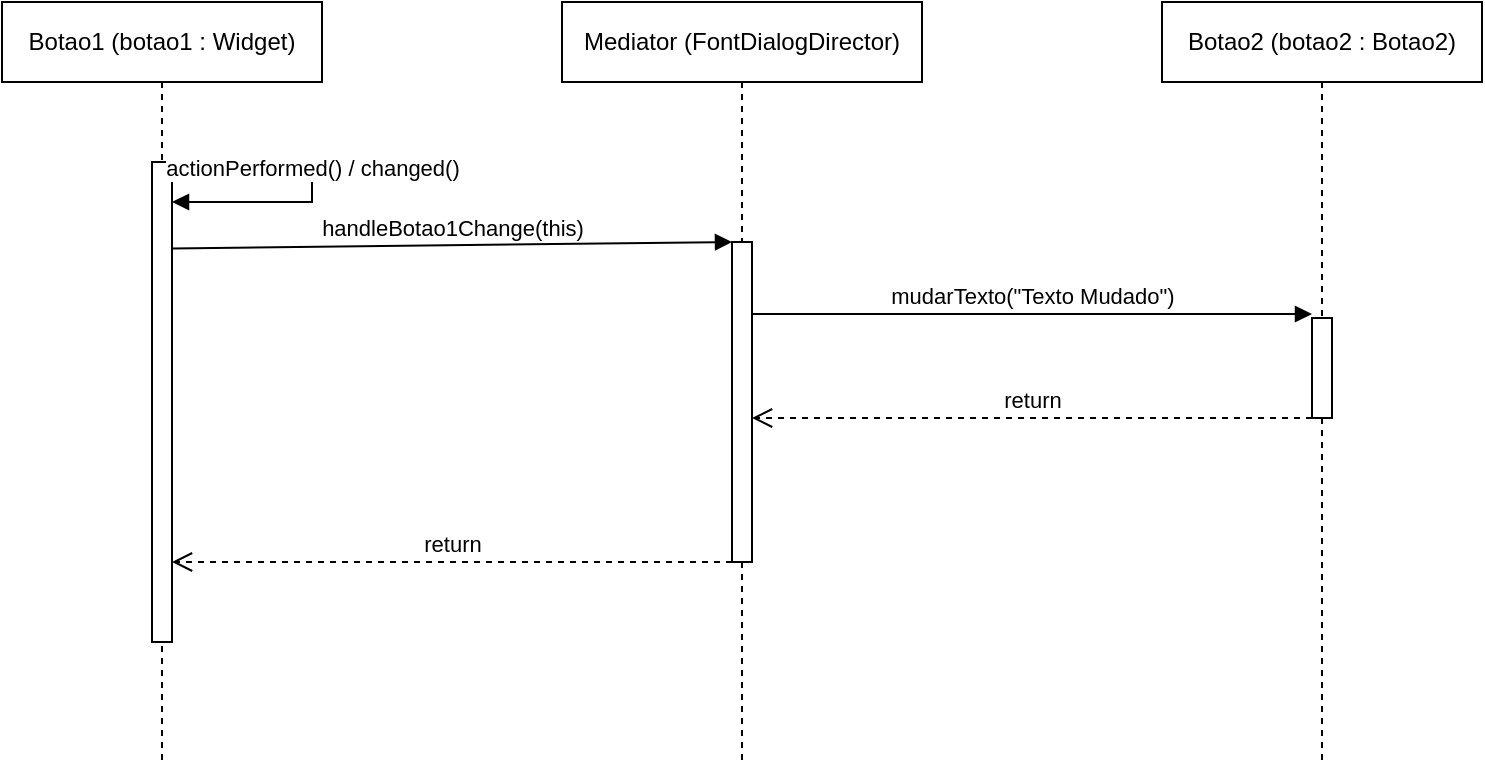
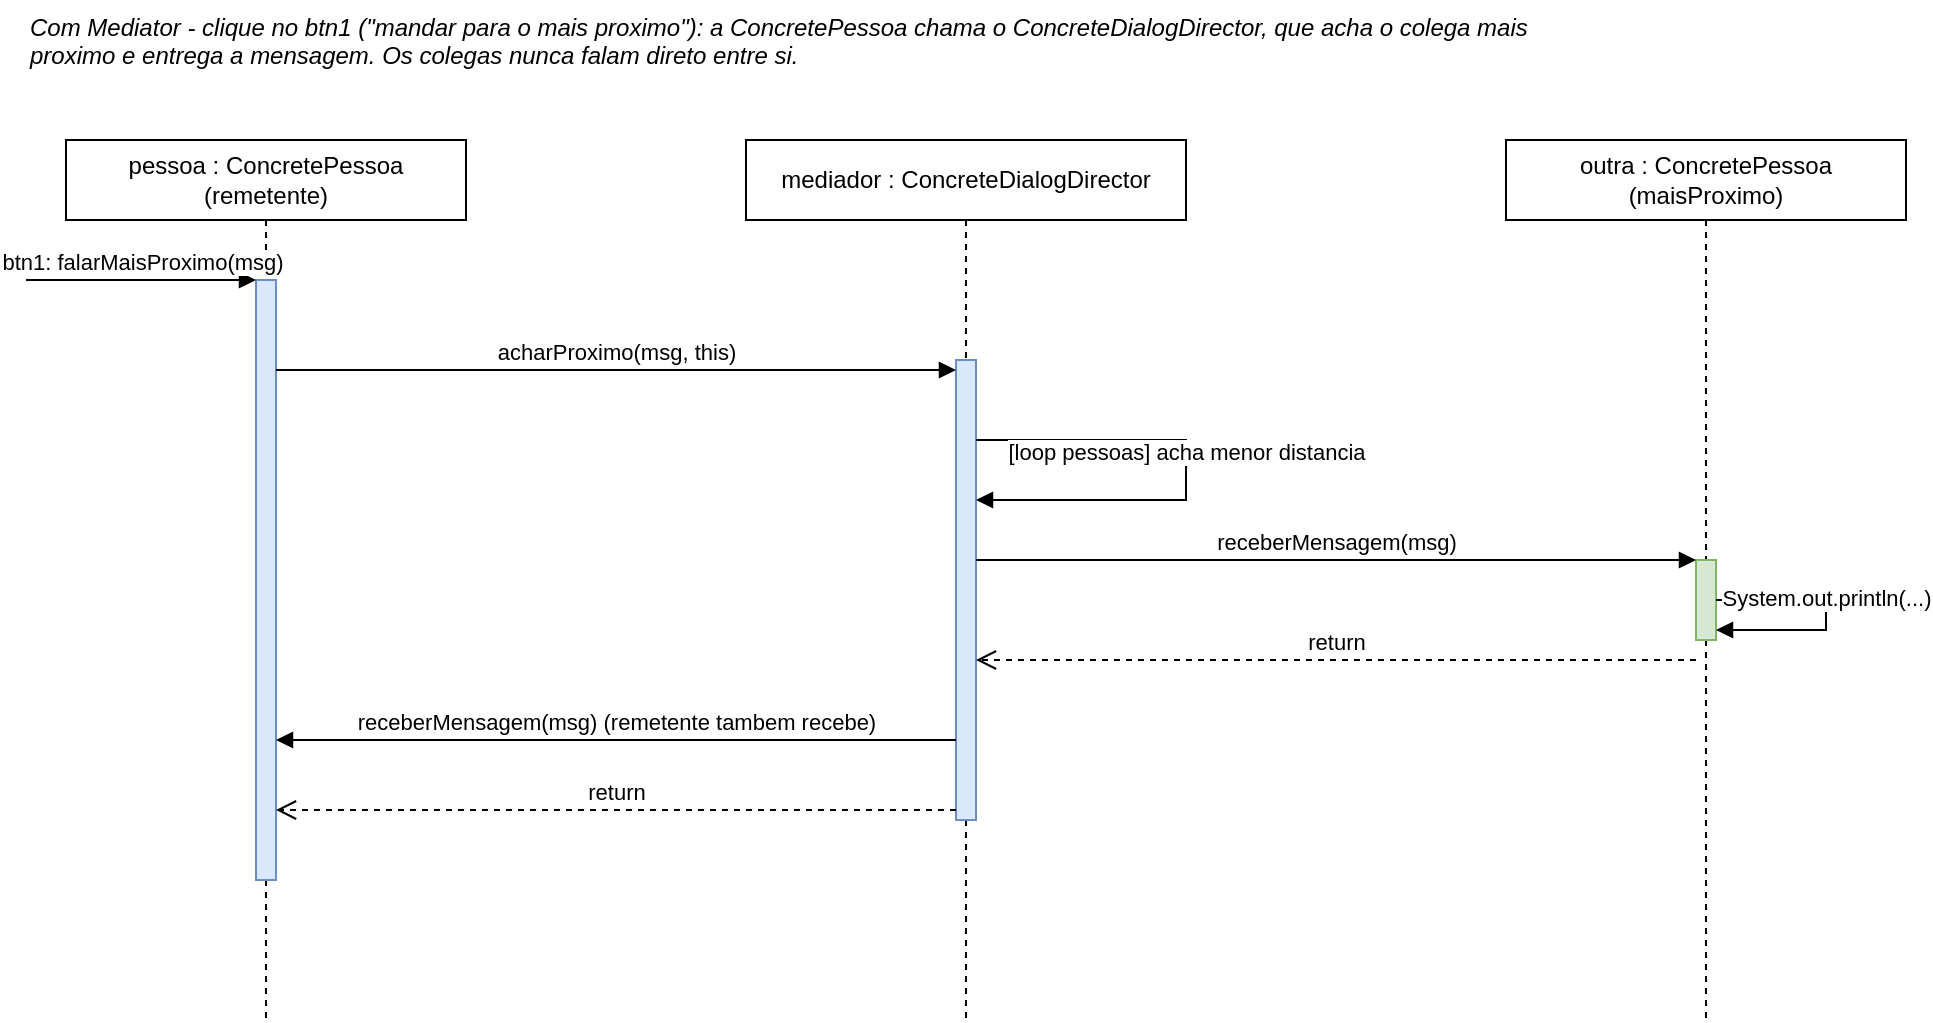
<mxfile host="app.diagrams.net">
-   <diagram name="Sequencia-Mediator" id="lVWO351oqHOsi26u79jJ">
-     <mxGraphModel dx="975" dy="569" grid="1" gridSize="10" guides="1" tooltips="1" connect="1" arrows="1" fold="1" page="1" pageScale="1" pageWidth="827" pageHeight="1169" math="0" shadow="0">
+   <diagram name="Sequencia-Mediator" id="seqDiagMediator01">
+     <mxGraphModel dx="975" dy="569" grid="1" gridSize="10" guides="1" tooltips="1" connect="1" arrows="1" fold="1" page="1" pageScale="1" pageWidth="1169" pageHeight="827" math="0" shadow="0">
      <root>
        <mxCell id="0" />
        <mxCell id="1" parent="0" />
-         <mxCell id="ll-botao" parent="1" style="shape=umlLifeline;perimeter=lifelinePerimeter;whiteSpace=wrap;html=1;container=1;dropTarget=0;collapsible=0;recursiveResize=0;outlineConnect=0;portConstraint=eastwest;newEdgeStyle={&quot;curved&quot;:0,&quot;rounded&quot;:0};" value="Botao1 (botao1 : Widget)" vertex="1">
-           <mxGeometry height="380" width="160" x="80" y="40" as="geometry" />
+         <mxCell id="t-note" parent="1" style="text;html=1;align=left;verticalAlign=top;whiteSpace=wrap;rounded=0;fontStyle=2;fontSize=12;" value="Com Mediator - clique no btn1 (&quot;mandar para o mais proximo&quot;): a ConcretePessoa chama o ConcreteDialogDirector, que acha o colega mais proximo e entrega a mensagem. Os colegas nunca falam direto entre si." vertex="1">
+           <mxGeometry height="50" width="760" x="60" y="20" as="geometry" />
        </mxCell>
-         <mxCell id="act-botao" parent="ll-botao" style="html=1;points=[[0,0,0,0,5],[0,1,0,0,-5],[1,0,0,0,5],[1,1,0,0,-5]];perimeter=orthogonalPerimeter;outlineConnect=0;targetShapes=umlLifeline;portConstraint=eastwest;newEdgeStyle={&quot;curved&quot;:0,&quot;rounded&quot;:0};" value="" vertex="1">
-           <mxGeometry height="240" width="10" x="75" y="80" as="geometry" />
+ 
+         <mxCell id="ll-pessoa" parent="1" style="shape=umlLifeline;perimeter=lifelinePerimeter;whiteSpace=wrap;html=1;container=1;dropTarget=0;collapsible=0;recursiveResize=0;outlineConnect=0;portConstraint=eastwest;newEdgeStyle={&quot;curved&quot;:0,&quot;rounded&quot;:0};" value="pessoa : ConcretePessoa&#xa;(remetente)" vertex="1">
+           <mxGeometry height="440" width="200" x="80" y="90" as="geometry" />
        </mxCell>
-         <mxCell id="ll-mediator" parent="1" style="shape=umlLifeline;perimeter=lifelinePerimeter;whiteSpace=wrap;html=1;container=1;dropTarget=0;collapsible=0;recursiveResize=0;outlineConnect=0;portConstraint=eastwest;newEdgeStyle={&quot;curved&quot;:0,&quot;rounded&quot;:0};" value="Mediator (FontDialogDirector)" vertex="1">
-           <mxGeometry height="380" width="180" x="360" y="40" as="geometry" />
+         <mxCell id="ll-mediador" parent="1" style="shape=umlLifeline;perimeter=lifelinePerimeter;whiteSpace=wrap;html=1;container=1;dropTarget=0;collapsible=0;recursiveResize=0;outlineConnect=0;portConstraint=eastwest;newEdgeStyle={&quot;curved&quot;:0,&quot;rounded&quot;:0};" value="mediador : ConcreteDialogDirector" vertex="1">
+           <mxGeometry height="440" width="220" x="420" y="90" as="geometry" />
        </mxCell>
-         <mxCell id="act-mediator" parent="ll-mediator" style="html=1;points=[[0,0,0,0,5],[0,1,0,0,-5],[1,0,0,0,5],[1,1,0,0,-5]];perimeter=orthogonalPerimeter;outlineConnect=0;targetShapes=umlLifeline;portConstraint=eastwest;newEdgeStyle={&quot;curved&quot;:0,&quot;rounded&quot;:0};" value="" vertex="1">
-           <mxGeometry height="160" width="10" x="85" y="120" as="geometry" />
+         <mxCell id="ll-outra" parent="1" style="shape=umlLifeline;perimeter=lifelinePerimeter;whiteSpace=wrap;html=1;container=1;dropTarget=0;collapsible=0;recursiveResize=0;outlineConnect=0;portConstraint=eastwest;newEdgeStyle={&quot;curved&quot;:0,&quot;rounded&quot;:0};" value="outra : ConcretePessoa&#xa;(maisProximo)" vertex="1">
+           <mxGeometry height="440" width="200" x="800" y="90" as="geometry" />
        </mxCell>
-         <mxCell id="ll-botao2" parent="1" style="shape=umlLifeline;perimeter=lifelinePerimeter;whiteSpace=wrap;html=1;container=1;dropTarget=0;collapsible=0;recursiveResize=0;outlineConnect=0;portConstraint=eastwest;newEdgeStyle={&quot;curved&quot;:0,&quot;rounded&quot;:0};" value="Botao2 (botao2 : Botao2)" vertex="1">
-           <mxGeometry height="380" width="160" x="660" y="40" as="geometry" />
+ 
+         <mxCell id="act-pessoa" parent="1" style="html=1;points=[[0,0,0,0,5],[0,1,0,0,-5],[1,0,0,0,5],[1,1,0,0,-5]];perimeter=orthogonalPerimeter;outlineConnect=0;fillColor=#dae8fc;strokeColor=#6c8ebf;" value="" vertex="1">
+           <mxGeometry height="300" width="10" x="175" y="160" as="geometry" />
        </mxCell>
-         <mxCell id="act-botao2" parent="ll-botao2" style="html=1;points=[[0,0,0,0,5],[0,1,0,0,-5],[1,0,0,0,5],[1,1,0,0,-5]];perimeter=orthogonalPerimeter;outlineConnect=0;targetShapes=umlLifeline;portConstraint=eastwest;newEdgeStyle={&quot;curved&quot;:0,&quot;rounded&quot;:0};" value="" vertex="1">
-           <mxGeometry height="50" width="10" x="75" y="158" as="geometry" />
+         <mxCell id="act-mediador" parent="1" style="html=1;points=[[0,0,0,0,5],[0,1,0,0,-5],[1,0,0,0,5],[1,1,0,0,-5]];perimeter=orthogonalPerimeter;outlineConnect=0;fillColor=#dae8fc;strokeColor=#6c8ebf;" value="" vertex="1">
+           <mxGeometry height="230" width="10" x="525" y="200" as="geometry" />
        </mxCell>
-         <mxCell id="msg-changed" edge="1" parent="1" source="act-botao" style="html=1;verticalAlign=bottom;endArrow=block;curved=0;rounded=0;exitX=1;exitY=0.02;exitDx=0;exitDy=0;" target="act-botao" value="actionPerformed() / changed()">
+         <mxCell id="act-outra" parent="1" style="html=1;points=[[0,0,0,0,5],[0,1,0,0,-5],[1,0,0,0,5],[1,1,0,0,-5]];perimeter=orthogonalPerimeter;outlineConnect=0;fillColor=#d5e8d4;strokeColor=#82b366;" value="" vertex="1">
+           <mxGeometry height="40" width="10" x="895" y="300" as="geometry" />
+         </mxCell>
+ 
+         <mxCell id="msg-found" edge="1" parent="1" style="html=1;verticalAlign=bottom;endArrow=block;curved=0;rounded=0;" value="btn1: falarMaisProximo(msg)">
          <mxGeometry relative="1" as="geometry">
+             <mxPoint x="60" y="160" as="sourcePoint" />
+             <mxPoint x="175" y="160" as="targetPoint" />
+           </mxGeometry>
+         </mxCell>
+         <mxCell id="msg-achar" edge="1" parent="1" style="html=1;verticalAlign=bottom;endArrow=block;curved=0;rounded=0;" value="acharProximo(msg, this)">
+           <mxGeometry relative="1" as="geometry">
+             <mxPoint x="185" y="205" as="sourcePoint" />
+             <mxPoint x="525" y="205" as="targetPoint" />
+           </mxGeometry>
+         </mxCell>
+         <mxCell id="msg-loop" edge="1" parent="1" style="html=1;verticalAlign=bottom;endArrow=block;curved=0;rounded=0;" value="[loop pessoas] acha menor distancia">
+           <mxGeometry relative="1" as="geometry">
+             <mxPoint x="535" y="240" as="sourcePoint" />
+             <mxPoint x="535" y="270" as="targetPoint" />
            <Array as="points">
-               <mxPoint x="235" y="124" />
-               <mxPoint x="235" y="140" />
+               <mxPoint x="640" y="240" />
+               <mxPoint x="640" y="270" />
            </Array>
          </mxGeometry>
        </mxCell>
-         <mxCell id="msg-handle" edge="1" parent="1" source="act-botao" style="html=1;verticalAlign=bottom;endArrow=block;curved=0;rounded=0;exitX=1;exitY=0.18;exitDx=0;exitDy=0;entryX=0;entryY=0;entryDx=0;entryDy=0;" target="act-mediator" value="handleBotao1Change(this)">
-           <mxGeometry relative="1" as="geometry" />
-         </mxCell>
-         <mxCell id="msg-mudar" edge="1" parent="1" style="html=1;verticalAlign=bottom;endArrow=block;curved=0;rounded=0;entryX=0;entryY=0;entryDx=0;entryDy=0;" value="mudarTexto(&quot;Texto Mudado&quot;)">
+         <mxCell id="msg-receber-outra" edge="1" parent="1" style="html=1;verticalAlign=bottom;endArrow=block;curved=0;rounded=0;" value="receberMensagem(msg)">
          <mxGeometry relative="1" as="geometry">
-             <mxPoint x="455" y="196" as="sourcePoint" />
-             <mxPoint x="735" y="196" as="targetPoint" />
+             <mxPoint x="535" y="300" as="sourcePoint" />
+             <mxPoint x="895" y="300" as="targetPoint" />
          </mxGeometry>
        </mxCell>
-         <mxCell id="msg-ret-mudar" edge="1" parent="1" style="html=1;verticalAlign=bottom;endArrow=open;dashed=1;endSize=8;curved=0;rounded=0;" value="return">
+         <mxCell id="msg-println-outra" edge="1" parent="1" style="html=1;verticalAlign=bottom;endArrow=block;curved=0;rounded=0;" value="System.out.println(...)">
          <mxGeometry relative="1" as="geometry">
-             <mxPoint x="735" y="248" as="sourcePoint" />
-             <mxPoint x="455" y="248" as="targetPoint" />
+             <mxPoint x="905" y="320" as="sourcePoint" />
+             <mxPoint x="905" y="335" as="targetPoint" />
+             <Array as="points">
+               <mxPoint x="960" y="320" />
+               <mxPoint x="960" y="335" />
+             </Array>
          </mxGeometry>
        </mxCell>
-         <mxCell id="msg-ret-final" edge="1" parent="1" source="act-mediator" style="html=1;verticalAlign=bottom;endArrow=open;dashed=1;endSize=8;curved=0;rounded=0;exitX=0;exitY=1;exitDx=0;exitDy=0;" target="act-botao" value="return">
-           <mxGeometry relative="1" as="geometry" />
+         <mxCell id="msg-ret-outra" edge="1" parent="1" style="html=1;verticalAlign=bottom;endArrow=open;dashed=1;endSize=8;curved=0;rounded=0;" value="return">
+           <mxGeometry relative="1" as="geometry">
+             <mxPoint x="895" y="350" as="sourcePoint" />
+             <mxPoint x="535" y="350" as="targetPoint" />
+           </mxGeometry>
+         </mxCell>
+         <mxCell id="msg-receber-rem" edge="1" parent="1" style="html=1;verticalAlign=bottom;endArrow=block;curved=0;rounded=0;" value="receberMensagem(msg)  (remetente tambem recebe)">
+           <mxGeometry relative="1" as="geometry">
+             <mxPoint x="525" y="390" as="sourcePoint" />
+             <mxPoint x="185" y="390" as="targetPoint" />
+           </mxGeometry>
+         </mxCell>
+         <mxCell id="msg-ret-final" edge="1" parent="1" style="html=1;verticalAlign=bottom;endArrow=open;dashed=1;endSize=8;curved=0;rounded=0;" value="return">
+           <mxGeometry relative="1" as="geometry">
+             <mxPoint x="525" y="425" as="sourcePoint" />
+             <mxPoint x="185" y="425" as="targetPoint" />
+           </mxGeometry>
        </mxCell>
      </root>
    </mxGraphModel>
  </diagram>
</mxfile>
